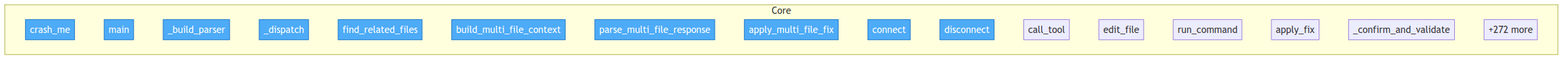
Earlier version of the Mermaid export project/flow.png (semcod/pfix). Its source is kept beside it as project/flow.mmd.
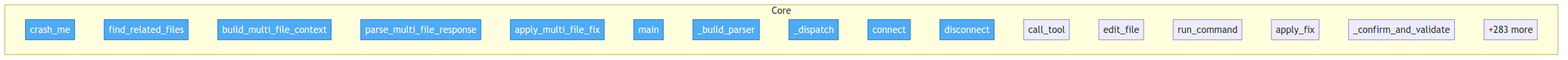
Above is the later version.

Diff of the diagram source:
```diff
@@ -4,13 +4,13 @@
 
     subgraph Core
         verify_runtime__crash_me["crash_me"]
-        src__pfix__cli__main["main"]
-        src__pfix__cli___build_parser["_build_parser"]
-        src__pfix__cli___dispatch["_dispatch"]
         src__pfix__multi_fix__find_related_files["find_related_files"]
         src__pfix__multi_fix__build_multi_file_context["build_multi_file_context"]
         src__pfix__multi_fix__parse_multi_file_response["parse_multi_file_response"]
         src__pfix__multi_fix__apply_multi_file_fix["apply_multi_file_fix"]
+        src__pfix__cli__main["main"]
+        src__pfix__cli___build_parser["_build_parser"]
+        src__pfix__cli___dispatch["_dispatch"]
         src__pfix__mcp_client__MCPClient__connect["connect"]
         src__pfix__mcp_client__MCPClient__disconnect["disconnect"]
         src__pfix__mcp_client__MCPClient__call_tool["call_tool"]
@@ -18,7 +18,7 @@
         src__pfix__mcp_client__MCPClient__run_command["run_command"]
         src__pfix__fixer__apply_fix["apply_fix"]
         src__pfix__fixer___confirm_and_validate["_confirm_and_validate"]
-        ...["+272 more"]
+        ...["+283 more"]
     end
 
-    class verify_runtime__crash_me,src__pfix__cli__main,src__pfix__cli___build_parser,src__pfix__cli___dispatch,src__pfix__multi_fix__find_related_files,src__pfix__multi_fix__build_multi_file_context,src__pfix__multi_fix__parse_multi_file_response,src__pfix__multi_fix__apply_multi_file_fix,src__pfix__mcp_client__MCPClient__connect,src__pfix__mcp_client__MCPClient__disconnect entry
+    class verify_runtime__crash_me,src__pfix__multi_fix__find_related_files,src__pfix__multi_fix__build_multi_file_context,src__pfix__multi_fix__parse_multi_file_response,src__pfix__multi_fix__apply_multi_file_fix,src__pfix__cli__main,src__pfix__cli___build_parser,src__pfix__cli___dispatch,src__pfix__mcp_client__MCPClient__connect,src__pfix__mcp_client__MCPClient__disconnect entry
```
